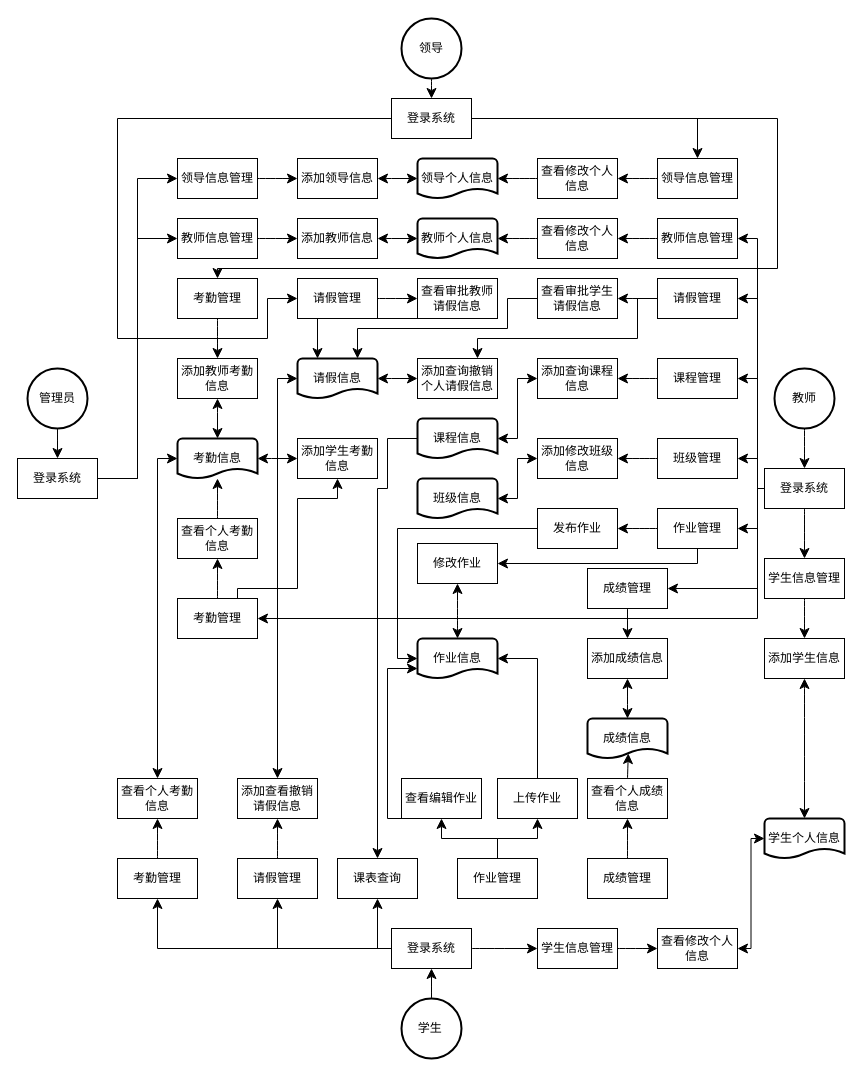
Earlier version of the draw.io diagram page "系统流程" (2 of 47) of 系统结构图.drawio (yuglei/design). Source tidied: cells renumbered, new cells numbered last; positions are measured from the earlier drawing's top-left corner, leaving out a move shared by most shapes. Both pictures are drawn from the tidied source at 100%, with x=0, y=0 at pixel (17, 18).
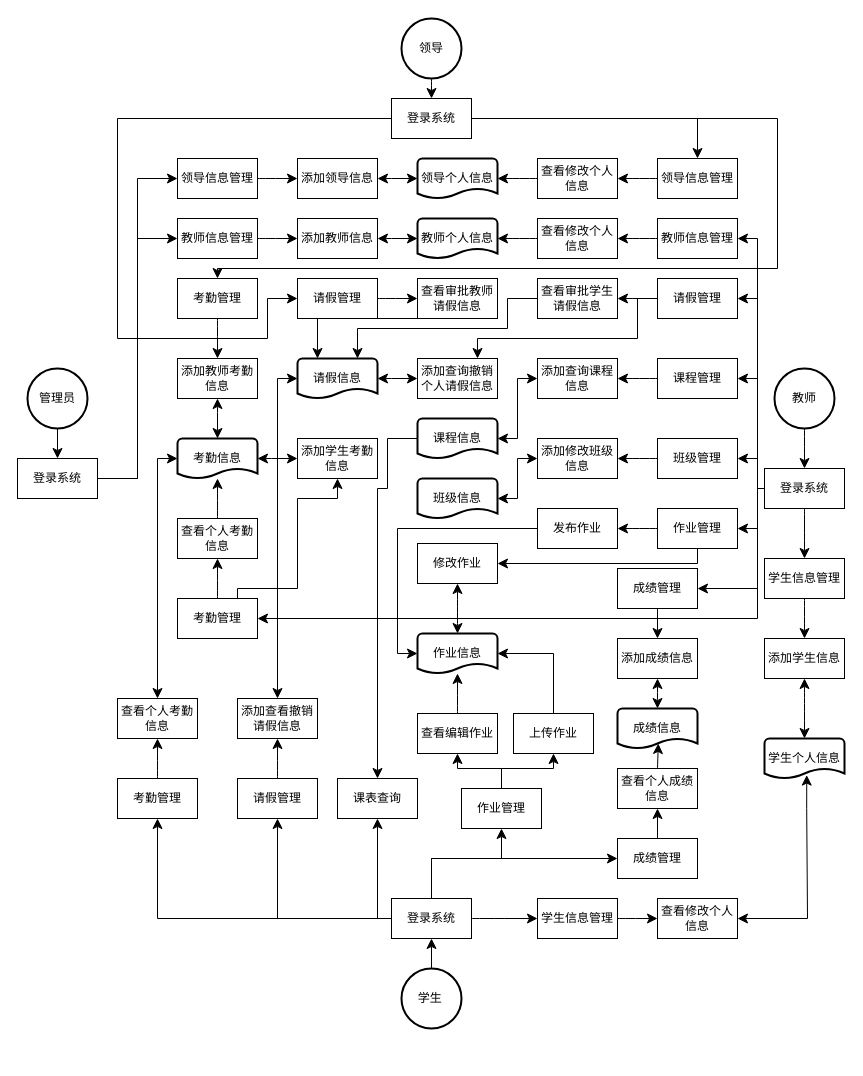
After the change.

Commit message:
更新系统结构图.drawio

Unchanged cells that the change refers to:
```xml
<mxCell id="82" value="请假信息" style="strokeWidth=2;html=1;shape=mxgraph.flowchart.document2;whiteSpace=wrap;size=0.25;" parent="1" vertex="1">
  <mxGeometry x="280" y="340" width="80" height="40" as="geometry" />
</mxCell>
<mxCell id="112" value="发布作业" style="rounded=0;whiteSpace=wrap;html=1;" parent="1" vertex="1">
  <mxGeometry x="520" y="490" width="80" height="40" as="geometry" />
</mxCell>
```

What changed in the source:
```diff
@@
     <mxCell id="12" value="学生&lt;span style=&quot;white-space: pre;&quot;&gt;&#9;&lt;/span&gt;" style="strokeWidth=2;html=1;shape=mxgraph.flowchart.start_2;whiteSpace=wrap;" parent="1" vertex="1">
-      <mxGeometry x="384" y="980" width="60" height="60" as="geometry" />
+      <mxGeometry x="384" y="950" width="60" height="60" as="geometry" />
     </mxCell>
@@
     <mxCell id="25" style="edgeStyle=orthogonalEdgeStyle;rounded=0;jettySize=auto;html=1;exitX=0;exitY=0.5;exitDx=0;exitDy=0;entryX=0.5;entryY=1;entryDx=0;entryDy=0;fontSize=12;startSize=8;endSize=8;" parent="1" edge="1" source="26" target="101">
       <mxGeometry relative="1" as="geometry">
         <Array as="points">
-          <mxPoint x="360" y="930" />
+          <mxPoint x="360" y="900" />
         </Array>
       </mxGeometry>
     </mxCell>
+    <mxCell id="126" style="edgeStyle=orthogonalEdgeStyle;rounded=0;jettySize=auto;html=1;exitX=0.5;exitY=0;exitDx=0;exitDy=0;entryX=0.5;entryY=1;entryDx=0;entryDy=0;fontSize=12;startSize=8;endSize=8;" parent="1" edge="1" source="26" target="104">
+      <mxGeometry relative="1" as="geometry">
+        <Array as="points">
+          <mxPoint x="414" y="840" />
+          <mxPoint x="484" y="840" />
+        </Array>
+      </mxGeometry>
+    </mxCell>
+    <mxCell id="127" style="edgeStyle=orthogonalEdgeStyle;rounded=0;jettySize=auto;html=1;exitX=0.5;exitY=0;exitDx=0;exitDy=0;entryX=0;entryY=0.5;entryDx=0;entryDy=0;fontSize=12;startSize=8;endSize=8;" parent="1" edge="1" source="26" target="106">
+      <mxGeometry relative="1" as="geometry">
+        <Array as="points">
+          <mxPoint x="414" y="840" />
+          <mxPoint x="600" y="840" />
+        </Array>
+      </mxGeometry>
+    </mxCell>
     <mxCell id="26" value="登录系统" style="rounded=0;whiteSpace=wrap;html=1;" parent="1" vertex="1">
-      <mxGeometry x="374" y="910" width="80" height="40" as="geometry" />
+      <mxGeometry x="374" y="880" width="80" height="40" as="geometry" />
     </mxCell>
@@
     <mxCell id="51" value="学生信息管理" style="rounded=0;whiteSpace=wrap;html=1;" parent="1" vertex="1">
-      <mxGeometry x="520" y="910" width="80" height="40" as="geometry" />
+      <mxGeometry x="520" y="880" width="80" height="40" as="geometry" />
     </mxCell>
@@
     <mxCell id="53" value="学生个人信息" style="strokeWidth=2;html=1;shape=mxgraph.flowchart.document2;whiteSpace=wrap;size=0.25;" parent="1" vertex="1">
-      <mxGeometry x="747" y="800" width="80" height="40" as="geometry" />
+      <mxGeometry x="747" y="720" width="80" height="40" as="geometry" />
     </mxCell>
     <mxCell id="54" value="查看修改个人信息" style="rounded=0;whiteSpace=wrap;html=1;" parent="1" vertex="1">
-      <mxGeometry x="640" y="910" width="80" height="40" as="geometry" />
+      <mxGeometry x="640" y="880" width="80" height="40" as="geometry" />
     </mxCell>
@@
-    <mxCell id="56" style="endArrow=classic;startArrow=classic;html=1;rounded=0;fontSize=12;startSize=8;endSize=8;entryX=1;entryY=0.5;entryDx=0;entryDy=0;exitX=0;exitY=0.5;exitDx=0;exitDy=0;exitPerimeter=0;edgeStyle=orthogonalEdgeStyle;" parent="1" edge="1" source="53" target="54">
-      <mxGeometry relative="1" as="geometry" />
+    <mxCell id="56" style="endArrow=classic;startArrow=classic;html=1;rounded=0;fontSize=12;startSize=8;endSize=8;entryX=1;entryY=0.5;entryDx=0;entryDy=0;exitX=0.528;exitY=0.915;exitDx=0;exitDy=0;exitPerimeter=0;edgeStyle=orthogonalEdgeStyle;" parent="1" edge="1" source="53" target="54">
+      <mxGeometry relative="1" as="geometry">
+        <Array as="points">
+          <mxPoint x="789" y="790" />
+          <mxPoint x="790" y="900" />
+        </Array>
+      </mxGeometry>
     </mxCell>
@@
     <mxCell id="67" value="查看个人考勤信息" style="rounded=0;whiteSpace=wrap;html=1;" parent="1" vertex="1">
-      <mxGeometry x="100" y="760" width="80" height="40" as="geometry" />
+      <mxGeometry x="100" y="680" width="80" height="40" as="geometry" />
     </mxCell>
@@
     <mxCell id="69" value="考勤管理" style="rounded=0;whiteSpace=wrap;html=1;" parent="1" vertex="1">
-      <mxGeometry x="100" y="840" width="80" height="40" as="geometry" />
+      <mxGeometry x="100" y="760" width="80" height="40" as="geometry" />
     </mxCell>
@@
     <mxCell id="79" value="请假管理" style="rounded=0;whiteSpace=wrap;html=1;" parent="1" vertex="1">
-      <mxGeometry x="220" y="840" width="80" height="40" as="geometry" />
+      <mxGeometry x="220" y="760" width="80" height="40" as="geometry" />
     </mxCell>
@@
     <mxCell id="83" value="添加查看撤销请假信息" style="rounded=0;whiteSpace=wrap;html=1;" parent="1" vertex="1">
-      <mxGeometry x="220" y="760" width="80" height="40" as="geometry" />
+      <mxGeometry x="220" y="680" width="80" height="40" as="geometry" />
     </mxCell>
-    <mxCell id="84" style="endArrow=classic;startArrow=classic;html=1;rounded=0;fontSize=12;startSize=8;endSize=8;entryX=0;entryY=0.5;entryDx=0;entryDy=0;entryPerimeter=0;edgeStyle=orthogonalEdgeStyle;exitX=0.5;exitY=0;exitDx=0;exitDy=0;" parent="1" edge="1" source="83" target="82">
+    <mxCell id="84" style="endArrow=classic;startArrow=classic;html=1;rounded=0;fontSize=12;startSize=8;endSize=8;entryX=0;entryY=0.5;entryDx=0;entryDy=0;entryPerimeter=0;edgeStyle=orthogonalEdgeStyle;" parent="1" edge="1" target="82">
       <mxGeometry relative="1" as="geometry">
+        <mxPoint x="260" y="680" as="sourcePoint" />
         <Array as="points">
-          <mxPoint x="260" y="760" />
           <mxPoint x="260" y="360" />
         </Array>
       </mxGeometry>
     </mxCell>
@@
     <mxCell id="101" value="课表查询" style="rounded=0;whiteSpace=wrap;html=1;" parent="1" vertex="1">
-      <mxGeometry x="320" y="840" width="80" height="40" as="geometry" />
+      <mxGeometry x="320" y="760" width="80" height="40" as="geometry" />
     </mxCell>
@@
     <mxCell id="104" value="作业管理" style="rounded=0;whiteSpace=wrap;html=1;" parent="1" vertex="1">
-      <mxGeometry x="440" y="840" width="80" height="40" as="geometry" />
+      <mxGeometry x="444" y="770" width="80" height="40" as="geometry" />
     </mxCell>
@@
     <mxCell id="106" value="成绩管理" style="rounded=0;whiteSpace=wrap;html=1;" parent="1" vertex="1">
-      <mxGeometry x="570" y="840" width="80" height="40" as="geometry" />
+      <mxGeometry x="600" y="820" width="80" height="40" as="geometry" />
     </mxCell>
@@
     <mxCell id="111" value="成绩管理" style="rounded=0;whiteSpace=wrap;html=1;" parent="1" vertex="1">
-      <mxGeometry x="570" y="550" width="80" height="40" as="geometry" />
+      <mxGeometry x="600" y="550" width="80" height="40" as="geometry" />
     </mxCell>
@@
     <mxCell id="114" value="作业信息" style="strokeWidth=2;html=1;shape=mxgraph.flowchart.document2;whiteSpace=wrap;size=0.25;" parent="1" vertex="1">
-      <mxGeometry x="400" y="620" width="80" height="40" as="geometry" />
+      <mxGeometry x="400" y="615" width="80" height="40" as="geometry" />
     </mxCell>
     <mxCell id="115" style="edgeStyle=orthogonalEdgeStyle;rounded=0;jettySize=auto;html=1;exitX=0;exitY=0.5;exitDx=0;exitDy=0;fontSize=12;startSize=8;endSize=8;entryX=0;entryY=0.5;entryDx=0;entryDy=0;entryPerimeter=0;" parent="1" edge="1" source="112" target="114">
       <mxGeometry relative="1" as="geometry">
         <Array as="points">
           <mxPoint x="380" y="510" />
-          <mxPoint x="380" y="640" />
+          <mxPoint x="380" y="635" />
         </Array>
       </mxGeometry>
     </mxCell>
+    <mxCell id="118" style="edgeStyle=none;curved=1;rounded=0;jettySize=auto;html=1;exitX=0.5;exitY=0;exitDx=0;exitDy=0;fontSize=12;startSize=8;endSize=8;" parent="1" edge="1" source="116" target="114">
+      <mxGeometry relative="1" as="geometry" />
+    </mxCell>
     <mxCell id="116" value="查看编辑作业" style="rounded=0;whiteSpace=wrap;html=1;" parent="1" vertex="1">
-      <mxGeometry x="384" y="760" width="80" height="40" as="geometry" />
+      <mxGeometry x="400" y="695" width="80" height="40" as="geometry" />
     </mxCell>
     <mxCell id="117" value="上传作业" style="rounded=0;whiteSpace=wrap;html=1;" parent="1" vertex="1">
-      <mxGeometry x="480" y="760" width="80" height="40" as="geometry" />
+      <mxGeometry x="496" y="695" width="80" height="40" as="geometry" />
     </mxCell>
-    <mxCell id="118" style="edgeStyle=orthogonalEdgeStyle;rounded=0;jettySize=auto;html=1;exitX=0;exitY=0.5;exitDx=0;exitDy=0;entryX=0;entryY=0.75;entryDx=0;entryDy=0;entryPerimeter=0;fontSize=12;startSize=8;endSize=8;" parent="1" edge="1" source="116" target="114">
-      <mxGeometry relative="1" as="geometry">
-        <Array as="points">
-          <mxPoint x="370" y="800" />
-          <mxPoint x="370" y="650" />
-        </Array>
-      </mxGeometry>
-    </mxCell>
     <mxCell id="119" style="edgeStyle=orthogonalEdgeStyle;rounded=0;jettySize=auto;html=1;exitX=0.5;exitY=0;exitDx=0;exitDy=0;entryX=1;entryY=0.5;entryDx=0;entryDy=0;entryPerimeter=0;fontSize=12;startSize=8;endSize=8;" parent="1" edge="1" source="117" target="114">
       <mxGeometry relative="1" as="geometry">
         <Array as="points">
-          <mxPoint x="520" y="640" />
+          <mxPoint x="536" y="635" />
         </Array>
       </mxGeometry>
     </mxCell>
@@
     <mxCell id="121" value="成绩信息" style="strokeWidth=2;html=1;shape=mxgraph.flowchart.document2;whiteSpace=wrap;size=0.25;" parent="1" vertex="1">
-      <mxGeometry x="570" y="700" width="80" height="40" as="geometry" />
+      <mxGeometry x="600" y="690" width="80" height="40" as="geometry" />
     </mxCell>
     <mxCell id="122" value="查看个人成绩信息" style="rounded=0;whiteSpace=wrap;html=1;" parent="1" vertex="1">
-      <mxGeometry x="570" y="760" width="80" height="40" as="geometry" />
+      <mxGeometry x="600" y="750" width="80" height="40" as="geometry" />
     </mxCell>
     <mxCell id="123" value="添加成绩信息" style="rounded=0;whiteSpace=wrap;html=1;" parent="1" vertex="1">
-      <mxGeometry x="570" y="620" width="80" height="40" as="geometry" />
+      <mxGeometry x="600" y="620" width="80" height="40" as="geometry" />
     </mxCell>
-    <mxCell id="124" style="endArrow=classic;startArrow=classic;html=1;rounded=0;fontSize=12;startSize=8;endSize=8;curved=1;" parent="1" edge="1" source="121">
-      <mxGeometry relative="1" as="geometry">
-        <mxPoint x="610" y="660" as="targetPoint" />
-      </mxGeometry>
+    <mxCell id="124" style="endArrow=classic;startArrow=classic;html=1;rounded=0;fontSize=12;startSize=8;endSize=8;curved=1;entryX=0.5;entryY=1;entryDx=0;entryDy=0;" parent="1" edge="1" source="121" target="123">
+      <mxGeometry relative="1" as="geometry" />
     </mxCell>
```
